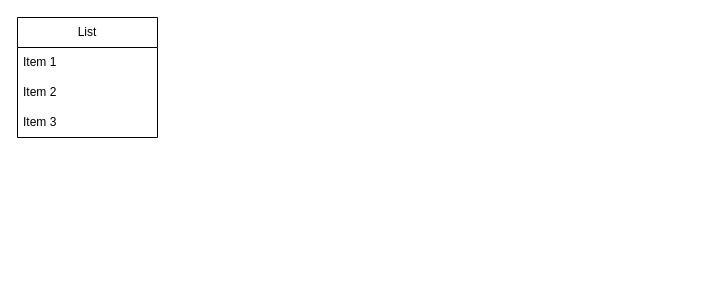
Before: Диаграмма без названия.drawio in germanbaziev/Feater, a draw.io diagram. Source tidied: cells renumbered, new cells numbered last; positions are measured from the earlier drawing's top-left corner, leaving out a move shared by most shapes. Both pictures are drawn from the tidied source at 100%, with x=0, y=0 at pixel (17, 17).
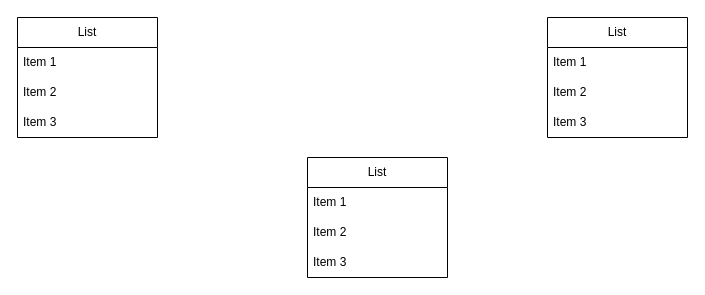
After the change.

What changed in the source:
```diff
@@
 <mxGraphModel>
   <root>
     <mxCell id="0" />
     <mxCell id="1" parent="0" />
     <mxCell id="2" value="List" style="swimlane;fontStyle=0;horizontal=1;startSize=30;whiteSpace=wrap;html=1;" parent="1" vertex="1">
       <mxGeometry width="140" height="120" as="geometry" />
     </mxCell>
     <mxCell id="3" value="Item 1" style="text;strokeColor=none;fillColor=none;align=left;verticalAlign=middle;spacingLeft=4;spacingRight=4;overflow=hidden;whiteSpace=wrap;html=1;" parent="2" vertex="1">
       <mxGeometry y="30" width="140" height="30" as="geometry" />
     </mxCell>
     <mxCell id="4" value="Item 2" style="text;strokeColor=none;fillColor=none;align=left;verticalAlign=middle;spacingLeft=4;spacingRight=4;overflow=hidden;whiteSpace=wrap;html=1;" parent="2" vertex="1">
       <mxGeometry y="60" width="140" height="30" as="geometry" />
     </mxCell>
     <mxCell id="5" value="Item 3" style="text;strokeColor=none;fillColor=none;align=left;verticalAlign=middle;spacingLeft=4;spacingRight=4;overflow=hidden;whiteSpace=wrap;html=1;" parent="2" vertex="1">
       <mxGeometry y="90" width="140" height="30" as="geometry" />
     </mxCell>
+    <mxCell id="6" value="List" style="swimlane;fontStyle=0;horizontal=1;startSize=30;whiteSpace=wrap;html=1;" parent="1" vertex="1">
+      <mxGeometry x="290" y="140" width="140" height="120" as="geometry" />
+    </mxCell>
+    <mxCell id="7" value="Item 1" style="text;strokeColor=none;fillColor=none;align=left;verticalAlign=middle;spacingLeft=4;spacingRight=4;overflow=hidden;whiteSpace=wrap;html=1;" parent="6" vertex="1">
+      <mxGeometry y="30" width="140" height="30" as="geometry" />
+    </mxCell>
+    <mxCell id="8" value="Item 2" style="text;strokeColor=none;fillColor=none;align=left;verticalAlign=middle;spacingLeft=4;spacingRight=4;overflow=hidden;whiteSpace=wrap;html=1;" parent="6" vertex="1">
+      <mxGeometry y="60" width="140" height="30" as="geometry" />
+    </mxCell>
+    <mxCell id="9" value="Item 3" style="text;strokeColor=none;fillColor=none;align=left;verticalAlign=middle;spacingLeft=4;spacingRight=4;overflow=hidden;whiteSpace=wrap;html=1;" parent="6" vertex="1">
+      <mxGeometry y="90" width="140" height="30" as="geometry" />
+    </mxCell>
+    <mxCell id="10" value="List" style="swimlane;fontStyle=0;horizontal=1;startSize=30;whiteSpace=wrap;html=1;" parent="1" vertex="1">
+      <mxGeometry x="530" width="140" height="120" as="geometry" />
+    </mxCell>
+    <mxCell id="11" value="Item 1" style="text;strokeColor=none;fillColor=none;align=left;verticalAlign=middle;spacingLeft=4;spacingRight=4;overflow=hidden;whiteSpace=wrap;html=1;" parent="10" vertex="1">
+      <mxGeometry y="30" width="140" height="30" as="geometry" />
+    </mxCell>
+    <mxCell id="12" value="Item 2" style="text;strokeColor=none;fillColor=none;align=left;verticalAlign=middle;spacingLeft=4;spacingRight=4;overflow=hidden;whiteSpace=wrap;html=1;" parent="10" vertex="1">
+      <mxGeometry y="60" width="140" height="30" as="geometry" />
+    </mxCell>
+    <mxCell id="13" value="Item 3" style="text;strokeColor=none;fillColor=none;align=left;verticalAlign=middle;spacingLeft=4;spacingRight=4;overflow=hidden;whiteSpace=wrap;html=1;" parent="10" vertex="1">
+      <mxGeometry y="90" width="140" height="30" as="geometry" />
+    </mxCell>
   </root>
 </mxGraphModel>
```
